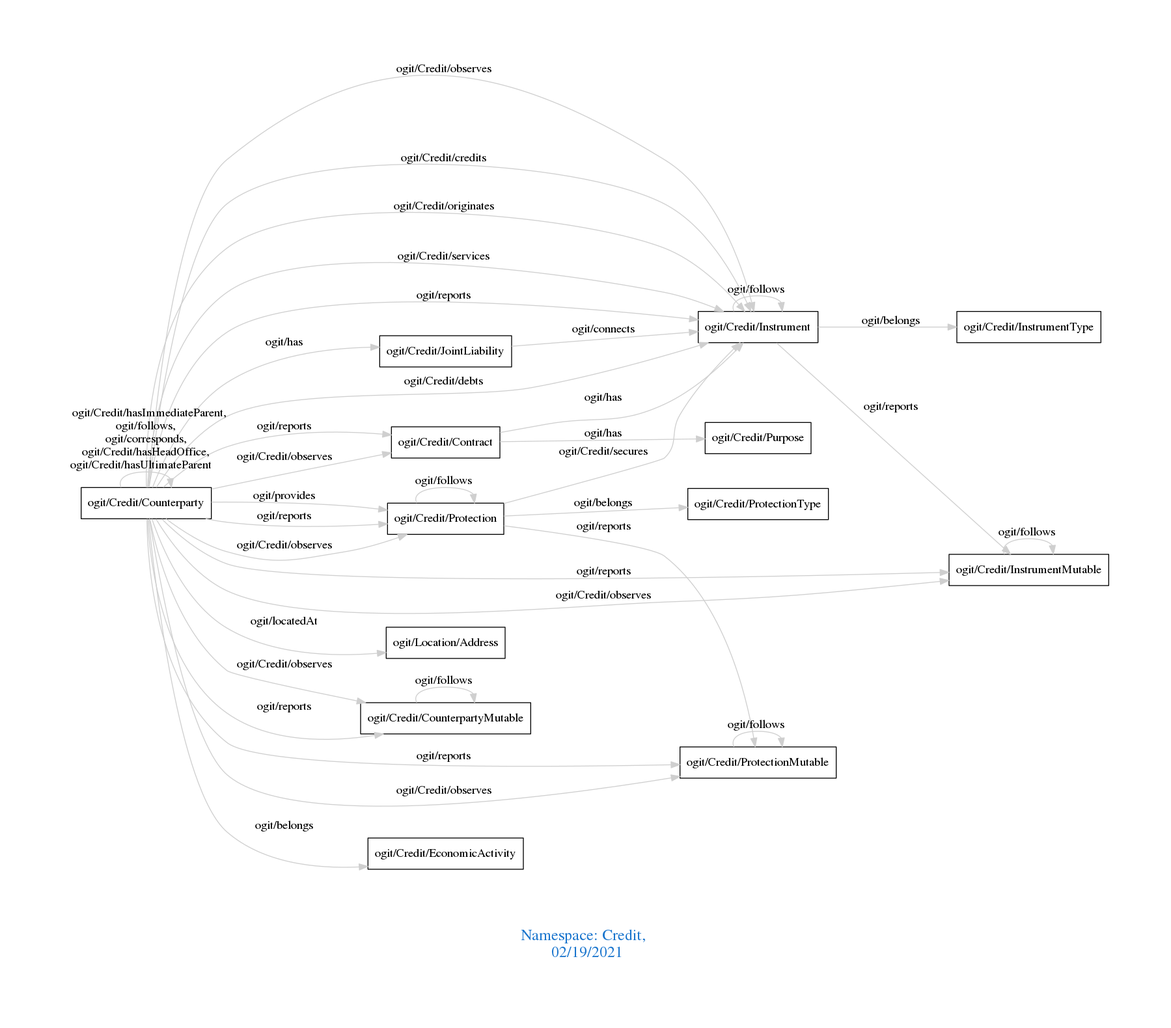
Above: downloads/Credit.png in arago/OGIT (Graphviz), before the change. Its source is kept beside it as downloads/Credit.dot.
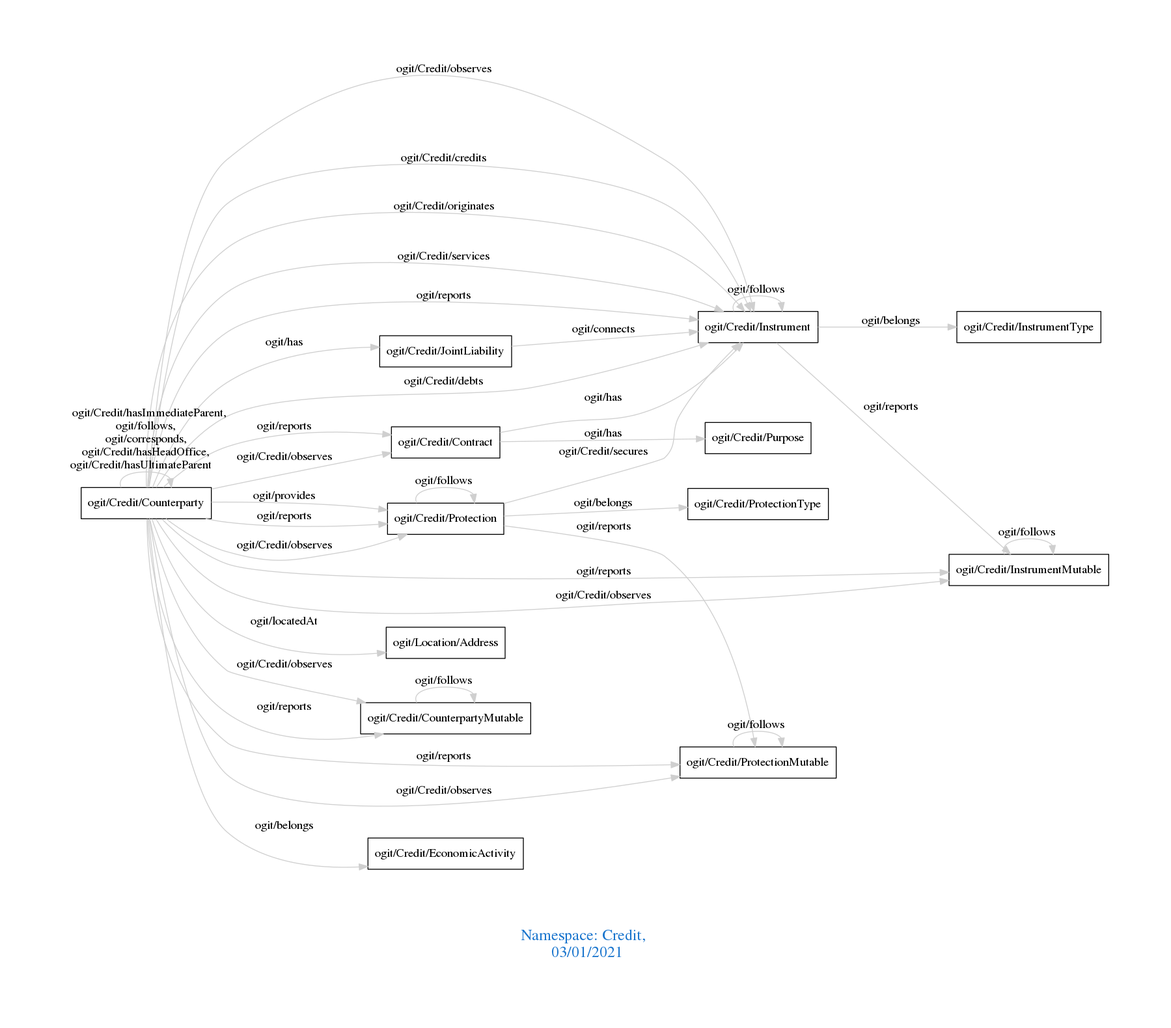
After the commit.

Change to the diagram source:
```diff
@@ -1,7 +1,7 @@
 digraph OGIT_ontology {
  graph [ rankdir= LR,pad=1
 fontsize = 18,
-fontcolor= dodgerblue3,label = "\n\n\nNamespace: Credit, \n 02/19/2021"];
+fontcolor= dodgerblue3,label = "\n\n\nNamespace: Credit, \n 03/01/2021"];
 node[shape=polygon];
 edge [  color="gray81"];
 
```
